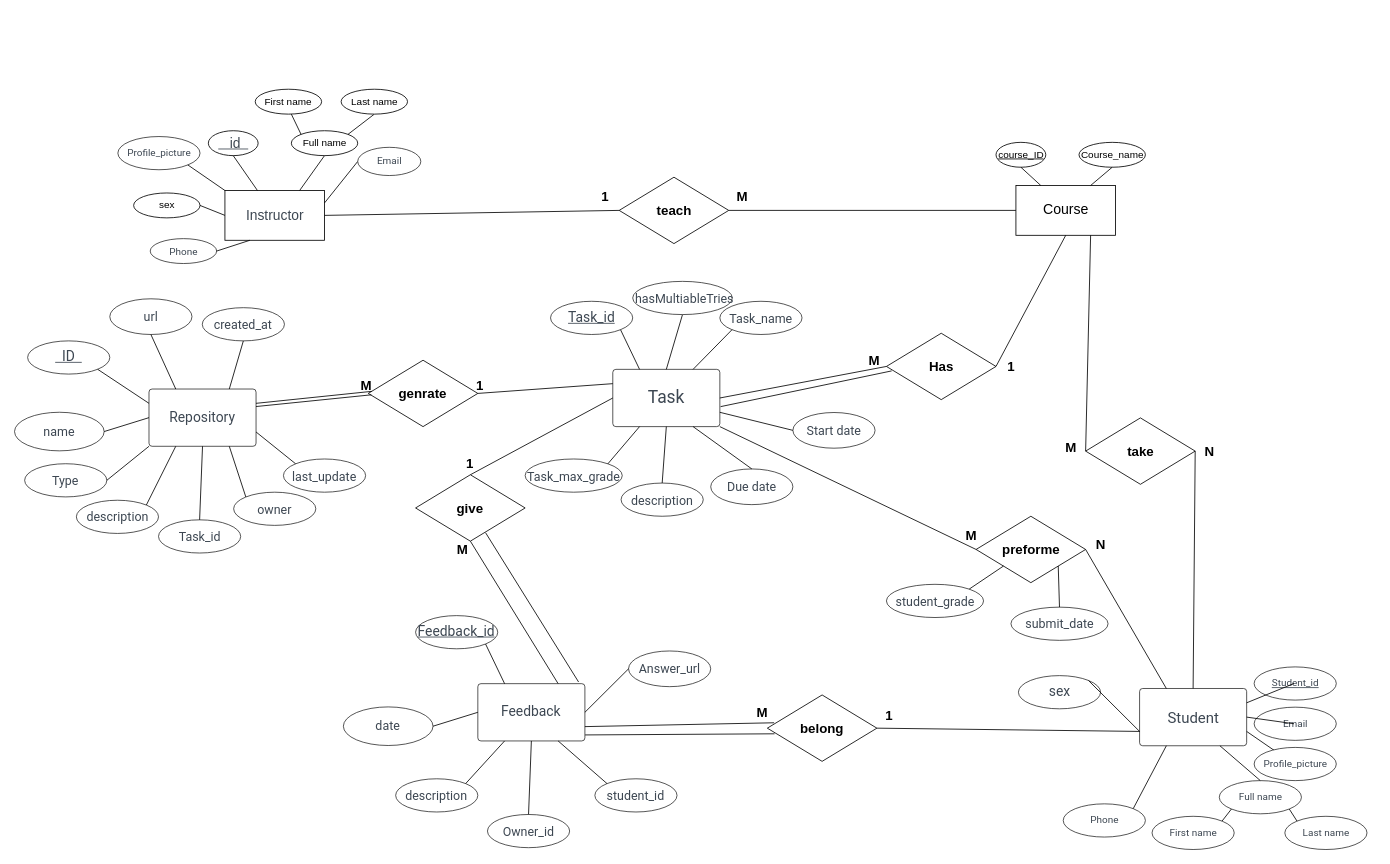
Nawaf9529/project-diagrams-1 keeps this draw.io diagram as page "Page-1" (1 of 3) of Untitled Diagram.drawio. Above is the earlier version. Source tidied: cells renumbered, new cells numbered last; positions are measured from the earlier drawing's top-left corner, leaving out a move shared by most shapes. Both pictures are drawn from the tidied source at 83%, with x=0, y=0 at pixel (14, 89).
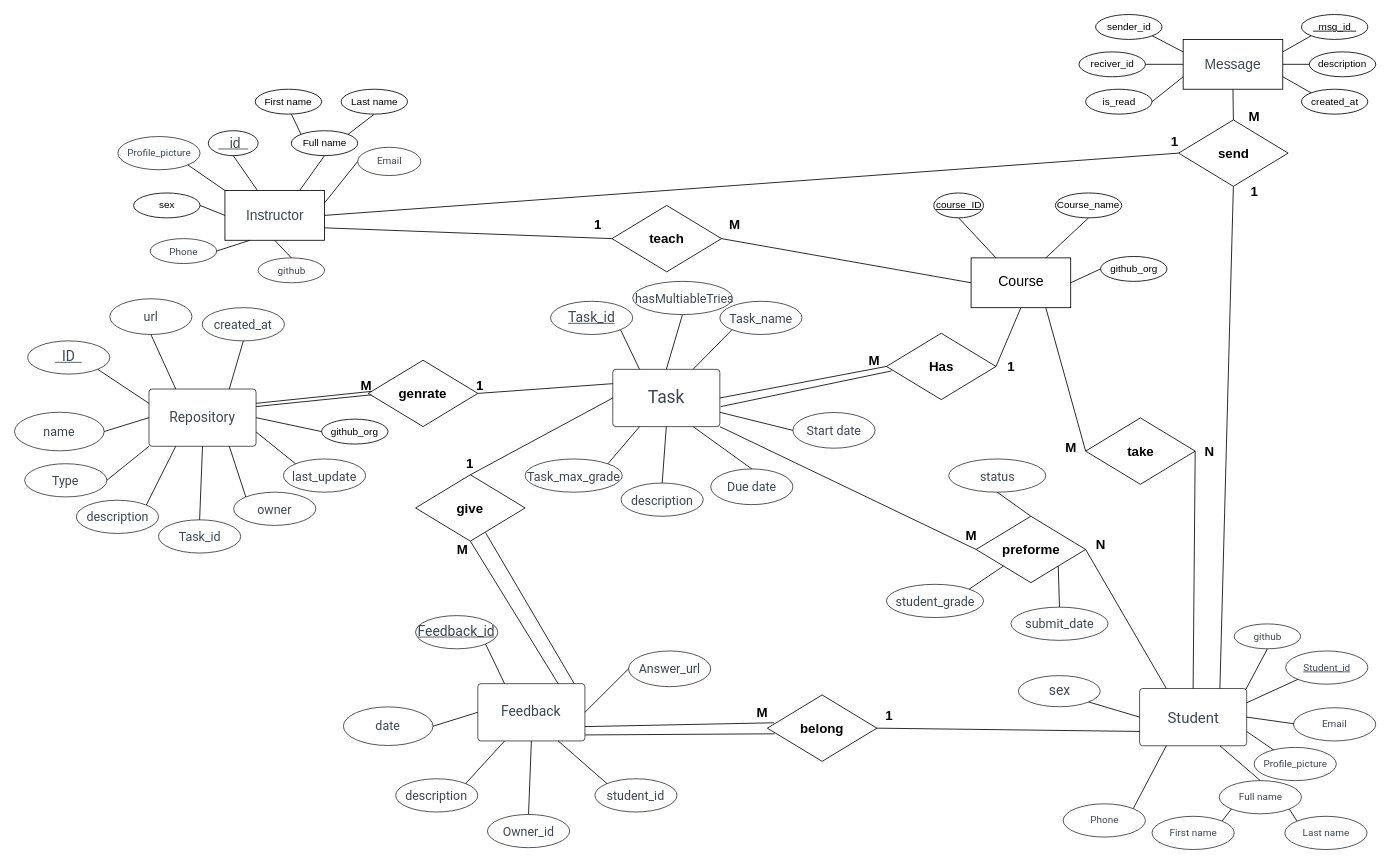
The same page after the edit.

The change refers to these unchanged cells:
```xml
<mxCell id="7" value="&lt;span data-lucid-content=&quot;{&amp;quot;t&amp;quot;:&amp;quot;Instructor&amp;quot;,&amp;quot;m&amp;quot;:[{&amp;quot;s&amp;quot;:0,&amp;quot;n&amp;quot;:&amp;quot;a&amp;quot;,&amp;quot;v&amp;quot;:&amp;quot;center&amp;quot;},{&amp;quot;s&amp;quot;:0,&amp;quot;n&amp;quot;:&amp;quot;f&amp;quot;,&amp;quot;v&amp;quot;:&amp;quot;Roboto&amp;quot;,&amp;quot;e&amp;quot;:10},{&amp;quot;s&amp;quot;:0,&amp;quot;n&amp;quot;:&amp;quot;fc&amp;quot;,&amp;quot;v&amp;quot;:&amp;quot;Regular&amp;quot;,&amp;quot;e&amp;quot;:10},{&amp;quot;s&amp;quot;:0,&amp;quot;n&amp;quot;:&amp;quot;fid&amp;quot;,&amp;quot;v&amp;quot;:80337,&amp;quot;e&amp;quot;:10},{&amp;quot;s&amp;quot;:0,&amp;quot;n&amp;quot;:&amp;quot;s&amp;quot;,&amp;quot;v&amp;quot;:22.222222222222225,&amp;quot;e&amp;quot;:10},{&amp;quot;s&amp;quot;:0,&amp;quot;n&amp;quot;:&amp;quot;c&amp;quot;,&amp;quot;v&amp;quot;:&amp;quot;#3d4752ff&amp;quot;,&amp;quot;e&amp;quot;:10}]}&quot;&gt;&lt;span style=&quot;color:#3d4752;font-size:16.66666666666667px;&quot;&gt;Instructor&lt;/span&gt;&lt;/span&gt;" style="rounded=0;whiteSpace=wrap;html=1;" parent="1" vertex="1">
  <mxGeometry x="253.5" y="122" width="120" height="60" as="geometry" />
</mxCell>
<mxCell id="20" value="&lt;font style=&quot;font-size: 18px;&quot;&gt;Student&lt;/font&gt;" style="html=1;overflow=block;blockSpacing=1;whiteSpace=wrap;fontSize=12;fontFamily=Roboto;fontColor=#3d4752;align=center;spacing=3.8;strokeOpacity=100;fillOpacity=100;rounded=1;absoluteArcSize=1;arcSize=7.5;fillColor=#ffffff;strokeWidth=0.8;lucidId=z8JoEd9-YmlO;" parent="1" vertex="1">
  <mxGeometry x="1355.5" y="722" width="129" height="69" as="geometry" />
</mxCell>
<mxCell id="50" value="Feedback" style="html=1;overflow=block;blockSpacing=1;whiteSpace=wrap;fontSize=16.7;fontFamily=Roboto;fontColor=#3d4752;align=center;spacing=3.8;strokeOpacity=100;fillOpacity=100;rounded=1;absoluteArcSize=1;arcSize=7.5;fillColor=#ffffff;strokeWidth=0.8;lucidId=z8JohozBBHBn;" parent="1" vertex="1">
  <mxGeometry x="558.2" y="716.2" width="129" height="69" as="geometry" />
</mxCell>
<mxCell id="73" value="&lt;span style=&quot;font-size: 16px;&quot;&gt;&lt;b&gt;preforme&lt;/b&gt;&lt;/span&gt;" style="rhombus;whiteSpace=wrap;html=1;" parent="1" vertex="1">
  <mxGeometry x="1158.5" y="514.5" width="132" height="80" as="geometry" />
</mxCell>
<mxCell id="78" value="&lt;font size=&quot;1&quot; style=&quot;&quot;&gt;&lt;b style=&quot;font-size: 16px;&quot;&gt;give&lt;/b&gt;&lt;/font&gt;" style="rhombus;whiteSpace=wrap;html=1;" parent="1" vertex="1">
  <mxGeometry x="483.2" y="464.5" width="132" height="80" as="geometry" />
</mxCell>
<mxCell id="86" value="&lt;font size=&quot;1&quot; style=&quot;&quot;&gt;&lt;b style=&quot;font-size: 16px;&quot;&gt;teach&lt;/b&gt;&lt;/font&gt;" style="rhombus;whiteSpace=wrap;html=1;" parent="85" vertex="1">
  <mxGeometry x="47" width="132" height="80" as="geometry" />
</mxCell>
<mxCell id="107" value="Repository" style="html=1;overflow=block;blockSpacing=1;whiteSpace=wrap;fontSize=16.7;fontFamily=Roboto;fontColor=#3d4752;align=center;spacing=3.8;strokeOpacity=100;fillOpacity=100;rounded=1;absoluteArcSize=1;arcSize=7.5;fillColor=#ffffff;strokeWidth=0.8;lucidId=z8JohozBBHBn;" parent="1" vertex="1">
  <mxGeometry x="162" y="361.2" width="129" height="69" as="geometry" />
</mxCell>
```

What changed in the source:
```diff
@@
     <mxCell id="2" value="&lt;font style=&quot;font-size: 17px;&quot;&gt;Course&lt;/font&gt;" style="rounded=0;whiteSpace=wrap;html=1;" parent="1" vertex="1">
-      <mxGeometry x="1206.5" y="116" width="120" height="60" as="geometry" />
+      <mxGeometry x="1152.5" y="203.2" width="120" height="60" as="geometry" />
     </mxCell>
     <mxCell id="3" value="&lt;u&gt;course_ID&lt;/u&gt;" style="ellipse;whiteSpace=wrap;html=1;" parent="1" vertex="1">
-      <mxGeometry x="1182.5" y="64" width="60" height="30" as="geometry" />
+      <mxGeometry x="1107.5" y="125" width="60" height="30" as="geometry" />
     </mxCell>
     <mxCell id="4" value="Course_name" style="ellipse;whiteSpace=wrap;html=1;" parent="1" vertex="1">
-      <mxGeometry x="1282.5" y="64" width="80" height="30" as="geometry" />
+      <mxGeometry x="1254" y="125" width="80" height="30" as="geometry" />
     </mxCell>
@@
     <mxCell id="21" value="Student_id" style="html=1;overflow=block;blockSpacing=1;whiteSpace=wrap;ellipse;fontSize=12;fontFamily=Roboto;fontColor=#3d4752;fontStyle=4;align=center;spacing=3.8;strokeOpacity=100;fillOpacity=100;rounded=1;absoluteArcSize=1;arcSize=7.5;fillColor=#ffffff;strokeWidth=0.8;lucidId=z8JoCJyMGK~t;" parent="1" vertex="1">
-      <mxGeometry x="1493.5" y="696" width="99" height="40" as="geometry" />
+      <mxGeometry x="1531.5" y="676.8" width="99" height="40" as="geometry" />
     </mxCell>
     <mxCell id="22" value="sex" style="html=1;overflow=block;blockSpacing=1;whiteSpace=wrap;ellipse;fontSize=16.7;fontFamily=Roboto;fontColor=#3d4752;align=center;spacing=3.8;strokeOpacity=100;fillOpacity=100;rounded=1;absoluteArcSize=1;arcSize=7.5;fillColor=#ffffff;strokeWidth=0.8;lucidId=z8JoteWYO.Ik;" parent="1" vertex="1">
-      <mxGeometry x="1209.5" y="706.5" width="99" height="40" as="geometry" />
+      <mxGeometry x="1209.5" y="706.5" width="98.5" height="37.5" as="geometry" />
     </mxCell>
     <mxCell id="23" value="Email" style="html=1;overflow=block;blockSpacing=1;whiteSpace=wrap;ellipse;fontSize=12;fontFamily=Roboto;fontColor=#3d4752;align=center;spacing=3.8;strokeOpacity=100;fillOpacity=100;rounded=1;absoluteArcSize=1;arcSize=7.5;fillColor=#ffffff;strokeWidth=0.8;lucidId=z8Jo22FM75JE;" parent="1" vertex="1">
-      <mxGeometry x="1493.5" y="744.5" width="99" height="40" as="geometry" />
+      <mxGeometry x="1541" y="745.2" width="99" height="40" as="geometry" />
     </mxCell>
@@
-    <mxCell id="28" style="endArrow=none;html=1;rounded=0;entryX=1;entryY=0;entryDx=0;entryDy=0;exitX=0;exitY=0.75;exitDx=0;exitDy=0;fontSize=12;" parent="1" edge="1" source="20" target="22">
+    <mxCell id="28" style="endArrow=none;html=1;rounded=0;entryX=1;entryY=1;entryDx=0;entryDy=0;exitX=0;exitY=0.5;exitDx=0;exitDy=0;fontSize=12;" parent="1" edge="1" source="20" target="22">
       <mxGeometry relative="1" as="geometry" />
     </mxCell>
@@
-    <mxCell id="34" style="endArrow=none;html=1;rounded=0;entryX=0;entryY=0.5;entryDx=0;entryDy=0;exitX=1;exitY=0.25;exitDx=0;exitDy=0;fontSize=12;" parent="1" edge="1" source="20">
-      <mxGeometry relative="1" as="geometry">
-        <mxPoint x="1541.5" y="716" as="targetPoint" />
-      </mxGeometry>
+    <mxCell id="34" style="endArrow=none;html=1;rounded=0;entryX=0;entryY=1;entryDx=0;entryDy=0;exitX=1;exitY=0.25;exitDx=0;exitDy=0;fontSize=12;" parent="1" edge="1" source="20" target="21">
+      <mxGeometry relative="1" as="geometry" />
     </mxCell>
@@
-    <mxCell id="68" style="endArrow=none;html=1;rounded=0;entryX=0;entryY=0.5;entryDx=0;entryDy=0;exitX=1;exitY=0.5;exitDx=0;exitDy=0;" parent="1" edge="1" source="7" target="86">
+    <mxCell id="68" style="endArrow=none;html=1;rounded=0;entryX=0;entryY=0.5;entryDx=0;entryDy=0;exitX=1;exitY=0.75;exitDx=0;exitDy=0;" parent="1" edge="1" source="7" target="86">
       <mxGeometry relative="1" as="geometry" />
     </mxCell>
@@
-    <mxCell id="79" style="endArrow=none;html=1;rounded=0;entryX=0.941;entryY=-0.029;entryDx=0;entryDy=0;exitX=0.639;exitY=0.873;exitDx=0;exitDy=0;exitPerimeter=0;entryPerimeter=0;" parent="1" edge="1" source="78" target="50">
+    <mxCell id="79" style="endArrow=none;html=1;rounded=0;entryX=0.9;entryY=-0.002;entryDx=0;entryDy=0;exitX=0.639;exitY=0.873;exitDx=0;exitDy=0;exitPerimeter=0;entryPerimeter=0;" parent="1" edge="1" source="78" target="50">
       <mxGeometry relative="1" as="geometry" />
     </mxCell>
@@
     <mxCell id="85" style="group;" parent="1" vertex="1">
-      <mxGeometry x="681.5" y="106" width="225" height="80" as="geometry" />
+      <mxGeometry x="672.8" y="140" width="225" height="80" as="geometry" />
     </mxCell>
@@
+    <mxCell id="132" value="&lt;span data-lucid-content=&quot;{&amp;quot;t&amp;quot;:&amp;quot;Instructor&amp;quot;,&amp;quot;m&amp;quot;:[{&amp;quot;s&amp;quot;:0,&amp;quot;n&amp;quot;:&amp;quot;a&amp;quot;,&amp;quot;v&amp;quot;:&amp;quot;center&amp;quot;},{&amp;quot;s&amp;quot;:0,&amp;quot;n&amp;quot;:&amp;quot;f&amp;quot;,&amp;quot;v&amp;quot;:&amp;quot;Roboto&amp;quot;,&amp;quot;e&amp;quot;:10},{&amp;quot;s&amp;quot;:0,&amp;quot;n&amp;quot;:&amp;quot;fc&amp;quot;,&amp;quot;v&amp;quot;:&amp;quot;Regular&amp;quot;,&amp;quot;e&amp;quot;:10},{&amp;quot;s&amp;quot;:0,&amp;quot;n&amp;quot;:&amp;quot;fid&amp;quot;,&amp;quot;v&amp;quot;:80337,&amp;quot;e&amp;quot;:10},{&amp;quot;s&amp;quot;:0,&amp;quot;n&amp;quot;:&amp;quot;s&amp;quot;,&amp;quot;v&amp;quot;:22.222222222222225,&amp;quot;e&amp;quot;:10},{&amp;quot;s&amp;quot;:0,&amp;quot;n&amp;quot;:&amp;quot;c&amp;quot;,&amp;quot;v&amp;quot;:&amp;quot;#3d4752ff&amp;quot;,&amp;quot;e&amp;quot;:10}]}&quot;&gt;&lt;span style=&quot;color:#3d4752;font-size:16.66666666666667px;&quot;&gt;Message&lt;/span&gt;&lt;/span&gt;" style="rounded=0;whiteSpace=wrap;html=1;" parent="1" vertex="1">
+      <mxGeometry x="1408" y="-60" width="120" height="60" as="geometry" />
+    </mxCell>
+    <mxCell id="133" style="endArrow=none;html=1;rounded=0;exitX=0.75;exitY=0;exitDx=0;exitDy=0;entryX=0.5;entryY=1;entryDx=0;entryDy=0;" parent="1" edge="1" source="20" target="135">
+      <mxGeometry relative="1" as="geometry" />
+    </mxCell>
+    <mxCell id="134" style="group;" parent="1" vertex="1">
+      <mxGeometry x="1355.5" y="37" width="225" height="80" as="geometry" />
+    </mxCell>
+    <mxCell id="135" value="&lt;font size=&quot;1&quot; style=&quot;&quot;&gt;&lt;b style=&quot;font-size: 16px;&quot;&gt;send&lt;/b&gt;&lt;/font&gt;" style="rhombus;whiteSpace=wrap;html=1;" parent="134" vertex="1">
+      <mxGeometry x="47" width="132" height="80" as="geometry" />
+    </mxCell>
+    <mxCell id="136" value="&lt;font style=&quot;font-size: 16px;&quot;&gt;&lt;b&gt;1&lt;/b&gt;&lt;/font&gt;" style="text;html=1;align=center;verticalAlign=middle;whiteSpace=wrap;rounded=0;" parent="134" vertex="1">
+      <mxGeometry x="12.5" y="11" width="60" height="30" as="geometry" />
+    </mxCell>
+    <mxCell id="137" style="endArrow=none;html=1;rounded=0;entryX=0;entryY=0.5;entryDx=0;entryDy=0;exitX=1;exitY=0.5;exitDx=0;exitDy=0;" parent="1" edge="1" source="7" target="135">
+      <mxGeometry relative="1" as="geometry" />
+    </mxCell>
+    <mxCell id="138" style="endArrow=none;html=1;rounded=0;entryX=0.5;entryY=1;entryDx=0;entryDy=0;exitX=0.5;exitY=0;exitDx=0;exitDy=0;" parent="1" edge="1" source="135" target="132">
+      <mxGeometry relative="1" as="geometry" />
+    </mxCell>
+    <mxCell id="139" value="sender_id" style="ellipse;whiteSpace=wrap;html=1;" parent="1" vertex="1">
+      <mxGeometry x="1302.5" y="-90" width="80" height="30" as="geometry" />
+    </mxCell>
+    <mxCell id="140" value="reciver_id" style="ellipse;whiteSpace=wrap;html=1;" parent="1" vertex="1">
+      <mxGeometry x="1282.5" y="-45" width="80" height="30" as="geometry" />
+    </mxCell>
+    <mxCell id="141" value="&lt;u&gt;&amp;nbsp; msg_id&amp;nbsp;&amp;nbsp;&lt;/u&gt;" style="ellipse;whiteSpace=wrap;html=1;" parent="1" vertex="1">
+      <mxGeometry x="1550.5" y="-90" width="80" height="30" as="geometry" />
+    </mxCell>
+    <mxCell id="142" value="description" style="ellipse;whiteSpace=wrap;html=1;" parent="1" vertex="1">
+      <mxGeometry x="1560" y="-45" width="80" height="30" as="geometry" />
+    </mxCell>
+    <mxCell id="143" value="created_at" style="ellipse;whiteSpace=wrap;html=1;" parent="1" vertex="1">
+      <mxGeometry x="1550.5" width="80" height="30" as="geometry" />
+    </mxCell>
+    <mxCell id="144" value="is_read" style="ellipse;whiteSpace=wrap;html=1;" parent="1" vertex="1">
+      <mxGeometry x="1290.5" width="80" height="30" as="geometry" />
+    </mxCell>
+    <mxCell id="145" style="endArrow=none;html=1;rounded=0;entryX=1;entryY=1;entryDx=0;entryDy=0;exitX=0;exitY=0.25;exitDx=0;exitDy=0;" parent="1" edge="1" source="132" target="139">
+      <mxGeometry relative="1" as="geometry" />
+    </mxCell>
+    <mxCell id="146" style="endArrow=none;html=1;rounded=0;entryX=1;entryY=0.5;entryDx=0;entryDy=0;exitX=0;exitY=0.5;exitDx=0;exitDy=0;" parent="1" edge="1" source="132" target="140">
+      <mxGeometry relative="1" as="geometry" />
+    </mxCell>
+    <mxCell id="147" style="endArrow=none;html=1;rounded=0;entryX=1;entryY=0.5;entryDx=0;entryDy=0;exitX=0;exitY=0.75;exitDx=0;exitDy=0;" parent="1" edge="1" source="132" target="144">
+      <mxGeometry relative="1" as="geometry" />
+    </mxCell>
+    <mxCell id="148" style="endArrow=none;html=1;rounded=0;entryX=1;entryY=0.25;entryDx=0;entryDy=0;exitX=0;exitY=1;exitDx=0;exitDy=0;" parent="1" edge="1" source="141" target="132">
+      <mxGeometry relative="1" as="geometry" />
+    </mxCell>
+    <mxCell id="149" style="endArrow=none;html=1;rounded=0;entryX=1;entryY=0.5;entryDx=0;entryDy=0;exitX=0;exitY=0.5;exitDx=0;exitDy=0;" parent="1" edge="1" source="142" target="132">
+      <mxGeometry relative="1" as="geometry" />
+    </mxCell>
+    <mxCell id="150" style="endArrow=none;html=1;rounded=0;entryX=1;entryY=0.75;entryDx=0;entryDy=0;exitX=0;exitY=0;exitDx=0;exitDy=0;" parent="1" edge="1" source="143" target="132">
+      <mxGeometry relative="1" as="geometry" />
+    </mxCell>
+    <mxCell id="151" value="&lt;font style=&quot;font-size: 16px;&quot;&gt;&lt;b&gt;1&lt;/b&gt;&lt;/font&gt;" style="text;html=1;align=center;verticalAlign=middle;whiteSpace=wrap;rounded=0;" parent="1" vertex="1">
+      <mxGeometry x="1464" y="108" width="60" height="30" as="geometry" />
+    </mxCell>
+    <mxCell id="152" value="&lt;span style=&quot;font-size: 16px;&quot;&gt;&lt;b&gt;M&lt;/b&gt;&lt;/span&gt;" style="text;html=1;align=center;verticalAlign=middle;whiteSpace=wrap;rounded=0;" parent="1" vertex="1">
+      <mxGeometry x="1464" y="18" width="60" height="30" as="geometry" />
+    </mxCell>
+    <mxCell id="153" value="status" style="html=1;overflow=block;blockSpacing=1;whiteSpace=wrap;ellipse;fontSize=15;fontFamily=Roboto;fontColor=#3d4752;align=center;spacing=3.8;strokeOpacity=100;fillOpacity=100;rounded=1;absoluteArcSize=1;arcSize=7.5;fillColor=#ffffff;strokeWidth=0.8;lucidId=z8JojGHYJCK3;" parent="1" vertex="1">
+      <mxGeometry x="1125.5" y="445.5" width="117" height="40" as="geometry" />
+    </mxCell>
+    <mxCell id="154" style="endArrow=none;html=1;rounded=0;entryX=0.5;entryY=0;entryDx=0;entryDy=0;exitX=0.5;exitY=1;exitDx=0;exitDy=0;fontSize=12;" parent="1" edge="1" source="153" target="73">
+      <mxGeometry relative="1" as="geometry" />
+    </mxCell>
+    <mxCell id="155" value="github_org" style="ellipse;whiteSpace=wrap;html=1;" parent="1" vertex="1">
+      <mxGeometry x="1308.5" y="201.5" width="80" height="30" as="geometry" />
+    </mxCell>
+    <mxCell id="156" style="endArrow=none;html=1;rounded=0;entryX=0;entryY=0.5;entryDx=0;entryDy=0;exitX=1;exitY=0.5;exitDx=0;exitDy=0;" parent="1" edge="1" source="2" target="155">
+      <mxGeometry relative="1" as="geometry" />
+    </mxCell>
+    <mxCell id="157" value="github_org" style="ellipse;whiteSpace=wrap;html=1;" parent="1" vertex="1">
+      <mxGeometry x="370" y="397.5" width="80" height="30" as="geometry" />
+    </mxCell>
+    <mxCell id="158" style="endArrow=none;html=1;rounded=0;entryX=1;entryY=0.5;entryDx=0;entryDy=0;exitX=0;exitY=0.5;exitDx=0;exitDy=0;fontSize=12;" parent="1" edge="1" source="157" target="107">
+      <mxGeometry relative="1" as="geometry" />
+    </mxCell>
+    <mxCell id="159" value="&lt;font style=&quot;font-size: 12px;&quot;&gt;github&lt;/font&gt;" style="html=1;overflow=block;blockSpacing=1;whiteSpace=wrap;ellipse;fontSize=16.7;fontFamily=Roboto;fontColor=#3d4752;align=center;spacing=3.8;strokeOpacity=100;fillOpacity=100;rounded=1;absoluteArcSize=1;arcSize=7.5;fillColor=#ffffff;strokeWidth=0.8;lucidId=z8Jo-k4NWJHX;" parent="1" vertex="1">
+      <mxGeometry x="293.5" y="203.2" width="80" height="30" as="geometry" />
+    </mxCell>
+    <mxCell id="160" style="endArrow=none;html=1;rounded=0;entryX=0.5;entryY=0;entryDx=0;entryDy=0;exitX=0.5;exitY=1;exitDx=0;exitDy=0;" parent="1" edge="1" source="7" target="159">
+      <mxGeometry relative="1" as="geometry" />
+    </mxCell>
+    <mxCell id="161" value="&lt;font style=&quot;font-size: 12px;&quot;&gt;github&lt;/font&gt;" style="html=1;overflow=block;blockSpacing=1;whiteSpace=wrap;ellipse;fontSize=16.7;fontFamily=Roboto;fontColor=#3d4752;align=center;spacing=3.8;strokeOpacity=100;fillOpacity=100;rounded=1;absoluteArcSize=1;arcSize=7.5;fillColor=#ffffff;strokeWidth=0.8;lucidId=z8Jo-k4NWJHX;" parent="1" vertex="1">
+      <mxGeometry x="1469.5" y="644.2" width="80" height="30" as="geometry" />
+    </mxCell>
+    <mxCell id="162" style="endArrow=none;html=1;rounded=0;entryX=0.5;entryY=1;entryDx=0;entryDy=0;fontSize=12;exitX=0.991;exitY=0.02;exitDx=0;exitDy=0;exitPerimeter=0;" parent="1" edge="1" source="20" target="161">
+      <mxGeometry relative="1" as="geometry" />
+    </mxCell>
```
